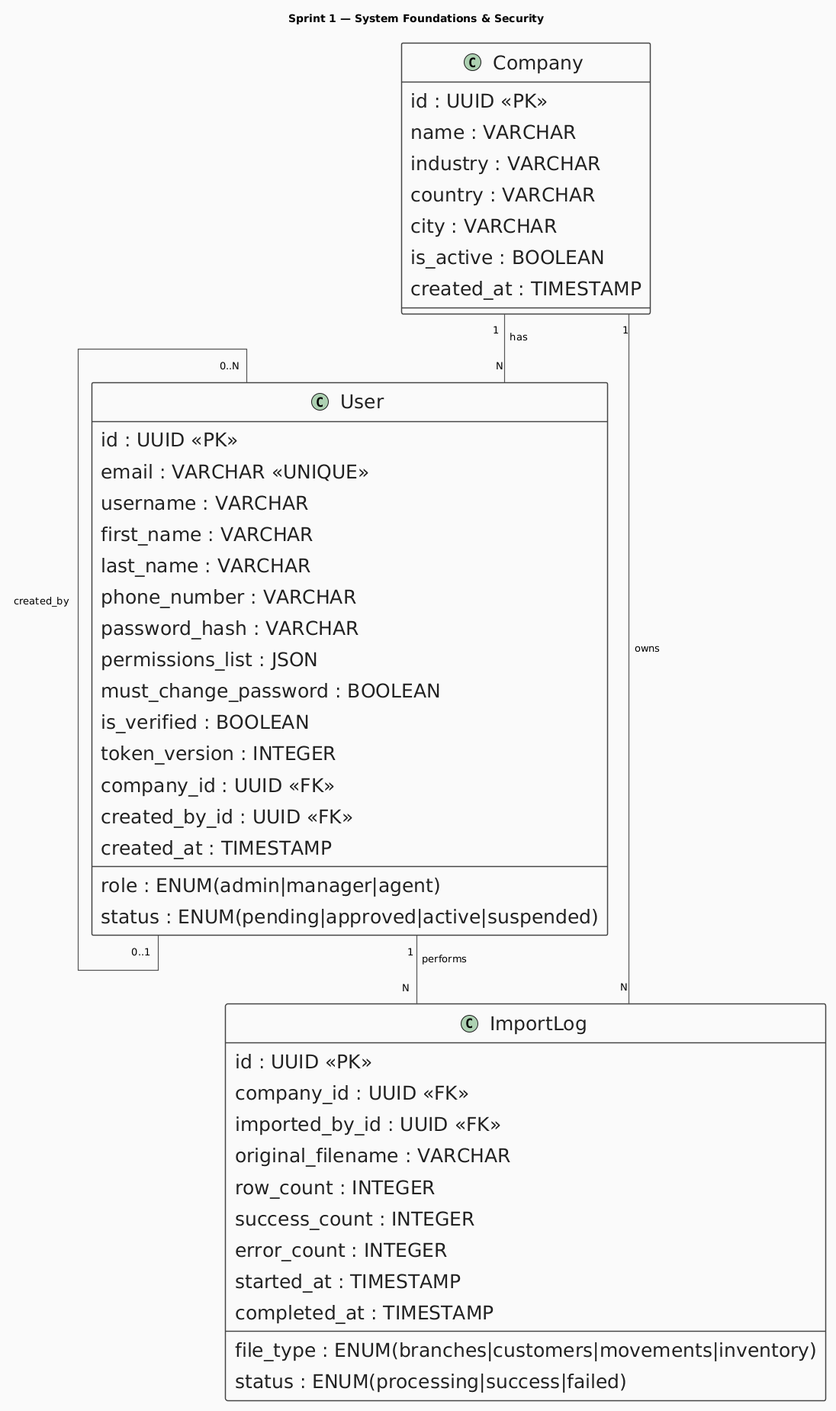
Earlier version of the PlantUML export images/sprint1/diagramme de classe sprint1.png (rayenbenzid1/PFE-Latex). Source of this version:
```plantuml
@startuml
title Sprint 1 — System Foundations & Security
skinparam backgroundColor #FAFAFA
skinparam defaultFontName "Segoe UI"
skinparam class {
  BackgroundColor #FFFFFF
  BorderColor #444444
  BorderThickness 1.5
  HeaderFontSize 12
  HeaderFontStyle bold
  AttributeFontColor #222222
  AttributeFontSize 25
  StereotypeFontColor #888888
  RoundCorner 6
  ArrowColor #555555
  ArrowThickness 1.2
}
skinparam note {
  BackgroundColor #F5F5F5
  BorderColor #AAAAAA
}


skinparam linetype ortho
skinparam nodesep 70
skinparam ranksep 90
skinparam padding 6


class Company {
  id : UUID <<PK>>
  name : VARCHAR
  industry : VARCHAR
  country : VARCHAR
  city : VARCHAR
  is_active : BOOLEAN
  created_at : TIMESTAMP
}

class User {
  id : UUID <<PK>>
  email : VARCHAR <<UNIQUE>>
  username : VARCHAR
  first_name : VARCHAR
  last_name : VARCHAR
  phone_number : VARCHAR
  password_hash : VARCHAR
  role : ENUM(admin|manager|agent)
  status : ENUM(pending|approved|active|suspended)
  permissions_list : JSON
  must_change_password : BOOLEAN
  is_verified : BOOLEAN
  token_version : INTEGER
  company_id : UUID <<FK>>
  created_by_id : UUID <<FK>>
  created_at : TIMESTAMP
}

class ImportLog {
  id : UUID <<PK>>
  company_id : UUID <<FK>>
  imported_by_id : UUID <<FK>>
  file_type : ENUM(branches|customers|movements|inventory)
  original_filename : VARCHAR
  status : ENUM(processing|success|failed)
  row_count : INTEGER
  success_count : INTEGER
  error_count : INTEGER
  started_at : TIMESTAMP
  completed_at : TIMESTAMP
}

Company "1" -- "N" User : has
User "1" -- "N" ImportLog : performs
Company "1" -- "N" ImportLog : owns
User "0..N" -- "0..1" User : created_by
@enduml
```
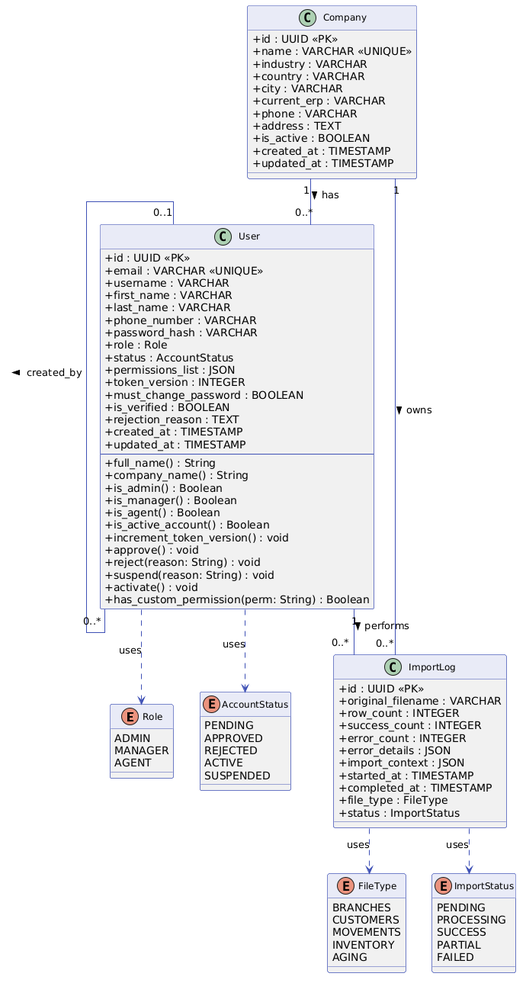
After the change.

What changed in the source:
```diff
@@ -1,77 +1,115 @@
 @startuml
-title Sprint 1 — System Foundations & Security
-skinparam backgroundColor #FAFAFA
-skinparam defaultFontName "Segoe UI"
-skinparam class {
-  BackgroundColor #FFFFFF
-  BorderColor #444444
-  BorderThickness 1.5
-  HeaderFontSize 12
-  HeaderFontStyle bold
-  AttributeFontColor #222222
-  AttributeFontSize 25
-  StereotypeFontColor #888888
-  RoundCorner 6
-  ArrowColor #555555
-  ArrowThickness 1.2
+skinparam classAttributeIconSize 0
+skinparam classFontSize 12
+skinparam classHeaderBackgroundColor #E8EAF6
+skinparam classBorderColor #3F51B5
+skinparam arrowColor #3F51B5
+skinparam linetype ortho
+
+
+enum Role {
+  ADMIN
+  MANAGER
+  AGENT
 }
-skinparam note {
-  BackgroundColor #F5F5F5
-  BorderColor #AAAAAA
+
+enum AccountStatus {
+  PENDING
+  APPROVED
+  REJECTED
+  ACTIVE
+  SUSPENDED
+}
+
+enum FileType {
+  BRANCHES
+  CUSTOMERS
+  MOVEMENTS
+  INVENTORY
+  AGING
+}
+
+enum ImportStatus {
+  PENDING
+  PROCESSING
+  SUCCESS
+  PARTIAL
+  FAILED
 }
 
 
-skinparam linetype ortho
-skinparam nodesep 70
-skinparam ranksep 90
-skinparam padding 6
-
-
 class Company {
-  id : UUID <<PK>>
-  name : VARCHAR
-  industry : VARCHAR
-  country : VARCHAR
-  city : VARCHAR
-  is_active : BOOLEAN
-  created_at : TIMESTAMP
+  + id : UUID <<PK>>
+  + name : VARCHAR <<UNIQUE>>
+  + industry : VARCHAR
+  + country : VARCHAR
+  + city : VARCHAR
+  + current_erp : VARCHAR
+  + phone : VARCHAR
+  + address : TEXT
+  + is_active : BOOLEAN
+  + created_at : TIMESTAMP
+  + updated_at : TIMESTAMP
 }
 
 class User {
-  id : UUID <<PK>>
-  email : VARCHAR <<UNIQUE>>
-  username : VARCHAR
-  first_name : VARCHAR
-  last_name : VARCHAR
-  phone_number : VARCHAR
-  password_hash : VARCHAR
-  role : ENUM(admin|manager|agent)
-  status : ENUM(pending|approved|active|suspended)
-  permissions_list : JSON
-  must_change_password : BOOLEAN
-  is_verified : BOOLEAN
-  token_version : INTEGER
-  company_id : UUID <<FK>>
-  created_by_id : UUID <<FK>>
-  created_at : TIMESTAMP
+  + id : UUID <<PK>>
+  + email : VARCHAR <<UNIQUE>>
+  + username : VARCHAR
+  + first_name : VARCHAR
+  + last_name : VARCHAR
+  + phone_number : VARCHAR
+  + password_hash : VARCHAR
+  + role : Role
+  + status : AccountStatus
+  + permissions_list : JSON
+  + token_version : INTEGER
+  + must_change_password : BOOLEAN
+  + is_verified : BOOLEAN
+  + rejection_reason : TEXT
+  + created_at : TIMESTAMP
+  + updated_at : TIMESTAMP
+  --
+  + full_name() : String
+  + company_name() : String
+  + is_admin() : Boolean
+  + is_manager() : Boolean
+  + is_agent() : Boolean
+  + is_active_account() : Boolean
+  + increment_token_version() : void
+  + approve() : void
+  + reject(reason: String) : void
+  + suspend(reason: String) : void
+  + activate() : void
+  + has_custom_permission(perm: String) : Boolean
 }
 
 class ImportLog {
-  id : UUID <<PK>>
-  company_id : UUID <<FK>>
-  imported_by_id : UUID <<FK>>
-  file_type : ENUM(branches|customers|movements|inventory)
-  original_filename : VARCHAR
-  status : ENUM(processing|success|failed)
-  row_count : INTEGER
-  success_count : INTEGER
-  error_count : INTEGER
-  started_at : TIMESTAMP
-  completed_at : TIMESTAMP
+  + id : UUID <<PK>>
+  + original_filename : VARCHAR
+  + row_count : INTEGER
+  + success_count : INTEGER
+  + error_count : INTEGER
+  + error_details : JSON
+  + import_context : JSON
+  + started_at : TIMESTAMP
+  + completed_at : TIMESTAMP
+  + file_type : FileType
+  + status : ImportStatus
 }
 
-Company "1" -- "N" User : has
-User "1" -- "N" ImportLog : performs
-Company "1" -- "N" ImportLog : owns
-User "0..N" -- "0..1" User : created_by
+
+Company "1" -- "0..*" User : has >
+
+User "0..1" -- "0..*" User : created_by >
+
+User "1" -- "0..*" ImportLog : performs >
+
+Company "1" -- "0..*" ImportLog : owns >
+
+
+User ..> Role : uses
+User ..> AccountStatus : uses
+ImportLog ..> FileType : uses
+ImportLog ..> ImportStatus : uses
 @enduml
```
